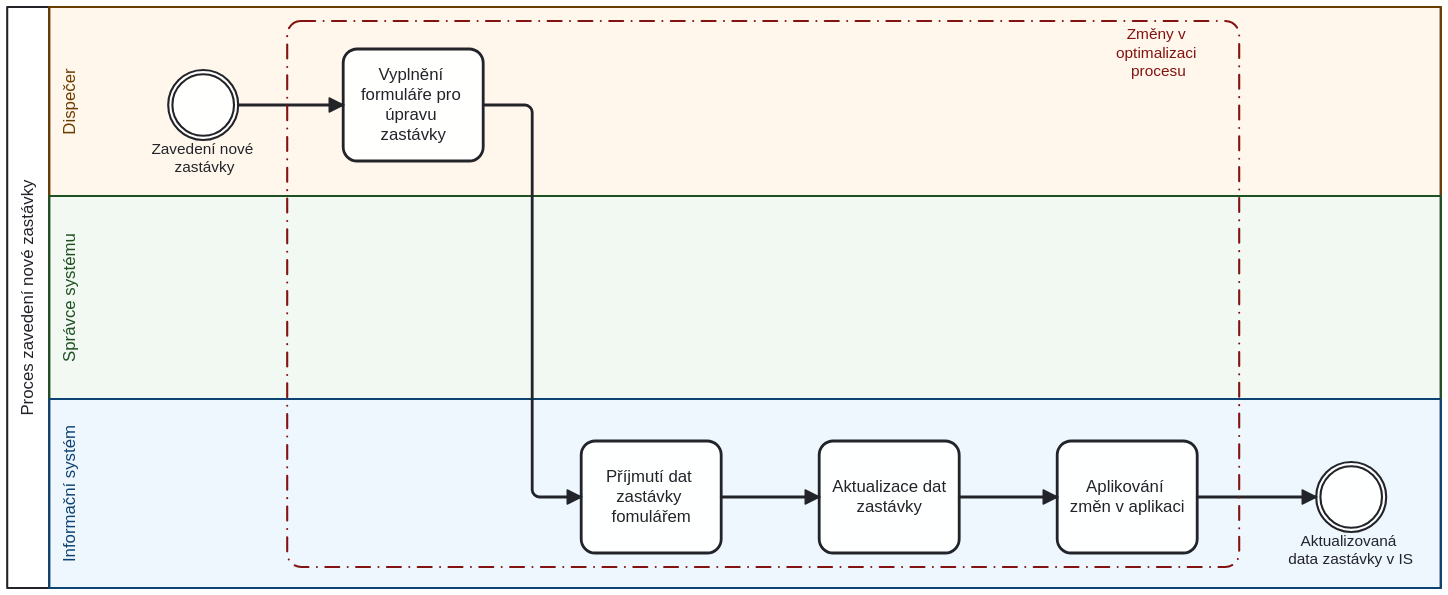
This is images/Pr2_v2 Zavedení nové zastávky.svg from StrangerTwo/bachelor-thesis, a BPMN export, as it was before one commit. Its source is kept beside it as images/Pr2_v2 Zavedení nové zastávky.bpmn. Ids are renumbered. Source of this version:
```xml
<definitions xmlns="http://www.omg.org/spec/BPMN/20100524/MODEL" xmlns:bpmndi="http://www.omg.org/spec/BPMN/20100524/DI" xmlns:di="http://www.omg.org/spec/DD/20100524/DI" xmlns:dc="http://www.omg.org/spec/DD/20100524/DC" xmlns:xsi="http://www.w3.org/2001/XMLSchema-instance" xmlns:bioc="http://bpmn.io/schema/bpmn/biocolor/1.0" xmlns:color="http://www.omg.org/spec/BPMN/non-normative/color/1.0" id="Definitions_Online_Order_Fulfillment" targetNamespace="http://example.com/bpmn" exporter="bpmn-js (https://demo.bpmn.io)" exporterVersion="18.12.0">
  <message id="Message_Online_Order_Fulfillment" name="Online Order Fulfillment" />
  <collaboration id="Collaboration_Online_Order_Fulfillment">
    <participant id="Participant_Proces_aktualizace_dat_j_zdn_ch___d_" name="Proces zavedení nové zastávky" processRef="Process_Proces_aktualizace_dat_j_zdn_ch___d_" />
    <group id="Group_n1" categoryValueRef="CategoryValue_n2" />
  </collaboration>
  <process id="Process_Proces_aktualizace_dat_j_zdn_ch___d_" isExecutable="true">
    <laneSet id="LaneSet_Proces_aktualizace_dat_j_zdn_ch___d_">
      <lane id="Lane_Dopravce" name="Dispečer">
        <flowNodeRef>Zm_na_j_zdn_ho___du</flowNodeRef>
        <flowNodeRef>Activity_n3</flowNodeRef>
      </lane>
      <lane id="Lane_Spr_vce_syst_mu" name="Správce systému" />
      <lane id="Lane_Informa_n__syst_m" name="Informační systém">
        <flowNodeRef>Activity_n4</flowNodeRef>
        <flowNodeRef>Activity_n5</flowNodeRef>
        <flowNodeRef>Activity_n6</flowNodeRef>
        <flowNodeRef>Aktualizovan__data_j_zdn_ch___d__dostupn__v_IS</flowNodeRef>
      </lane>
    </laneSet>
    <sequenceFlow id="Flow_rel-Zm_na_j_zdn_ho___du-Informov_n__spr_vce_syst_mu_o_zm_n__j_zdn_ch___d_-forward" sourceRef="Zm_na_j_zdn_ho___du" targetRef="Activity_n3" />
    <sequenceFlow id="Flow_n7" sourceRef="Activity_n3" targetRef="Activity_n4" />
    <sequenceFlow id="Flow_n8" sourceRef="Activity_n4" targetRef="Activity_n5" />
    <sequenceFlow id="Flow_n9" sourceRef="Activity_n5" targetRef="Activity_n6" />
    <sequenceFlow id="Flow_n10" sourceRef="Activity_n6" targetRef="Aktualizovan__data_j_zdn_ch___d__dostupn__v_IS" />
    <intermediateCatchEvent id="Zm_na_j_zdn_ho___du" name="Zavedení nové zastávky" />
    <task id="Activity_n3" name="Vyplnění formuláře pro úpravu zastávky">
      <incoming>Flow_rel-Zm_na_j_zdn_ho___du-Informov_n__spr_vce_syst_mu_o_zm_n__j_zdn_ch___d_-forward</incoming>
      <outgoing>Flow_n7</outgoing>
    </task>
    <task id="Activity_n4" name="Příjmutí dat zastávky fomulářem">
      <incoming>Flow_n7</incoming>
      <outgoing>Flow_n8</outgoing>
    </task>
    <task id="Activity_n5" name="Aktualizace dat zastávky">
      <incoming>Flow_n8</incoming>
      <outgoing>Flow_n9</outgoing>
    </task>
    <task id="Activity_n6" name="Aplikování změn v aplikaci">
      <incoming>Flow_n9</incoming>
      <outgoing>Flow_n10</outgoing>
    </task>
    <intermediateCatchEvent id="Aktualizovan__data_j_zdn_ch___d__dostupn__v_IS" name="Aktualizovaná data zastávky v IS">
      <incoming>Flow_n10</incoming>
    </intermediateCatchEvent>
  </process>
  <category id="Category_n11">
    <categoryValue id="CategoryValue_n2" value="Změny v optimalizaci procesu" />
  </category>
  <bpmndi:BPMNDiagram id="BPMNDiagram_1">
    <bpmndi:BPMNPlane id="BPMNPlane_1" bpmnElement="Collaboration_Online_Order_Fulfillment">
      <bpmndi:BPMNShape id="Participant_Proces_aktualizace_dat_j_zdn_ch___d__di" bpmnElement="Participant_Proces_aktualizace_dat_j_zdn_ch___d_" isHorizontal="true">
        <dc:Bounds x="130" y="60" width="1024" height="415" />
        <bpmndi:BPMNLabel />
      </bpmndi:BPMNShape>
      <bpmndi:BPMNShape id="LaneShape_Dopravce" bpmnElement="Lane_Dopravce" isHorizontal="true" bioc:stroke="#6b3c00" bioc:fill="#ffe0b2" color:background-color="#ffe0b2" color:border-color="#6b3c00">
        <dc:Bounds x="160" y="60" width="994" height="135" />
        <bpmndi:BPMNLabel />
      </bpmndi:BPMNShape>
      <bpmndi:BPMNShape id="LaneShape_Spr_vce_syst_mu" bpmnElement="Lane_Spr_vce_syst_mu" isHorizontal="true" bioc:stroke="#205022" bioc:fill="#c8e6c9" color:background-color="#c8e6c9" color:border-color="#205022">
        <dc:Bounds x="160" y="195" width="994" height="145" />
      </bpmndi:BPMNShape>
      <bpmndi:BPMNShape id="LaneShape_Informa_n__syst_m" bpmnElement="Lane_Informa_n__syst_m" isHorizontal="true" bioc:stroke="#0d4372" bioc:fill="#bbdefb" color:background-color="#bbdefb" color:border-color="#0d4372">
        <dc:Bounds x="160" y="340" width="994" height="135" />
      </bpmndi:BPMNShape>
      <bpmndi:BPMNShape id="Shape_Zm_na_j_zdn_ho___du" bpmnElement="Zm_na_j_zdn_ho___du">
        <dc:Bounds x="245" y="105" width="50" height="50" />
        <bpmndi:BPMNLabel>
          <dc:Bounds x="233" y="155" width="76" height="27" />
        </bpmndi:BPMNLabel>
      </bpmndi:BPMNShape>
      <bpmndi:BPMNShape id="Activity_n3_di" bpmnElement="Activity_n3">
        <dc:Bounds x="370" y="90" width="100" height="80" />
        <bpmndi:BPMNLabel />
      </bpmndi:BPMNShape>
      <bpmndi:BPMNShape id="Activity_n4_di" bpmnElement="Activity_n4">
        <dc:Bounds x="540" y="370" width="100" height="80" />
        <bpmndi:BPMNLabel />
      </bpmndi:BPMNShape>
      <bpmndi:BPMNShape id="Activity_n5_di" bpmnElement="Activity_n5">
        <dc:Bounds x="710" y="370" width="100" height="80" />
        <bpmndi:BPMNLabel />
      </bpmndi:BPMNShape>
      <bpmndi:BPMNShape id="Activity_n6_di" bpmnElement="Activity_n6">
        <dc:Bounds x="880" y="370" width="100" height="80" />
        <bpmndi:BPMNLabel />
      </bpmndi:BPMNShape>
      <bpmndi:BPMNShape id="Shape_Aktualizovan__data_j_zdn_ch___d__dostupn__v_IS" bpmnElement="Aktualizovan__data_j_zdn_ch___d__dostupn__v_IS">
        <dc:Bounds x="1065" y="385" width="50" height="50" />
        <bpmndi:BPMNLabel>
          <dc:Bounds x="1045" y="435" width="90" height="27" />
        </bpmndi:BPMNLabel>
      </bpmndi:BPMNShape>
      <bpmndi:BPMNEdge id="Edge_Flow_rel-Zm_na_j_zdn_ho___du-Informov_n__spr_vce_syst_mu_o_zm_n__j_zdn_ch___d_-forward" bpmnElement="Flow_rel-Zm_na_j_zdn_ho___du-Informov_n__spr_vce_syst_mu_o_zm_n__j_zdn_ch___d_-forward">
        <di:waypoint x="295" y="130" />
        <di:waypoint x="370" y="130" />
      </bpmndi:BPMNEdge>
      <bpmndi:BPMNEdge id="Flow_n7_di" bpmnElement="Flow_n7">
        <di:waypoint x="470" y="130" />
        <di:waypoint x="505" y="130" />
        <di:waypoint x="505" y="410" />
        <di:waypoint x="540" y="410" />
      </bpmndi:BPMNEdge>
      <bpmndi:BPMNEdge id="Flow_n8_di" bpmnElement="Flow_n8">
        <di:waypoint x="640" y="410" />
        <di:waypoint x="710" y="410" />
      </bpmndi:BPMNEdge>
      <bpmndi:BPMNEdge id="Flow_n9_di" bpmnElement="Flow_n9">
        <di:waypoint x="810" y="410" />
        <di:waypoint x="880" y="410" />
      </bpmndi:BPMNEdge>
      <bpmndi:BPMNEdge id="Flow_n10_di" bpmnElement="Flow_n10">
        <di:waypoint x="980" y="410" />
        <di:waypoint x="1065" y="410" />
      </bpmndi:BPMNEdge>
      <bpmndi:BPMNShape id="Group_n1_di" bpmnElement="Group_n1" bioc:stroke="#831311" bioc:fill="#ffcdd2" color:background-color="#ffcdd2" color:border-color="#831311">
        <dc:Bounds x="330" y="70" width="680" height="390" />
        <bpmndi:BPMNLabel>
          <dc:Bounds x="922" y="73" width="61" height="40" />
        </bpmndi:BPMNLabel>
      </bpmndi:BPMNShape>
    </bpmndi:BPMNPlane>
  </bpmndi:BPMNDiagram>
</definitions>
```
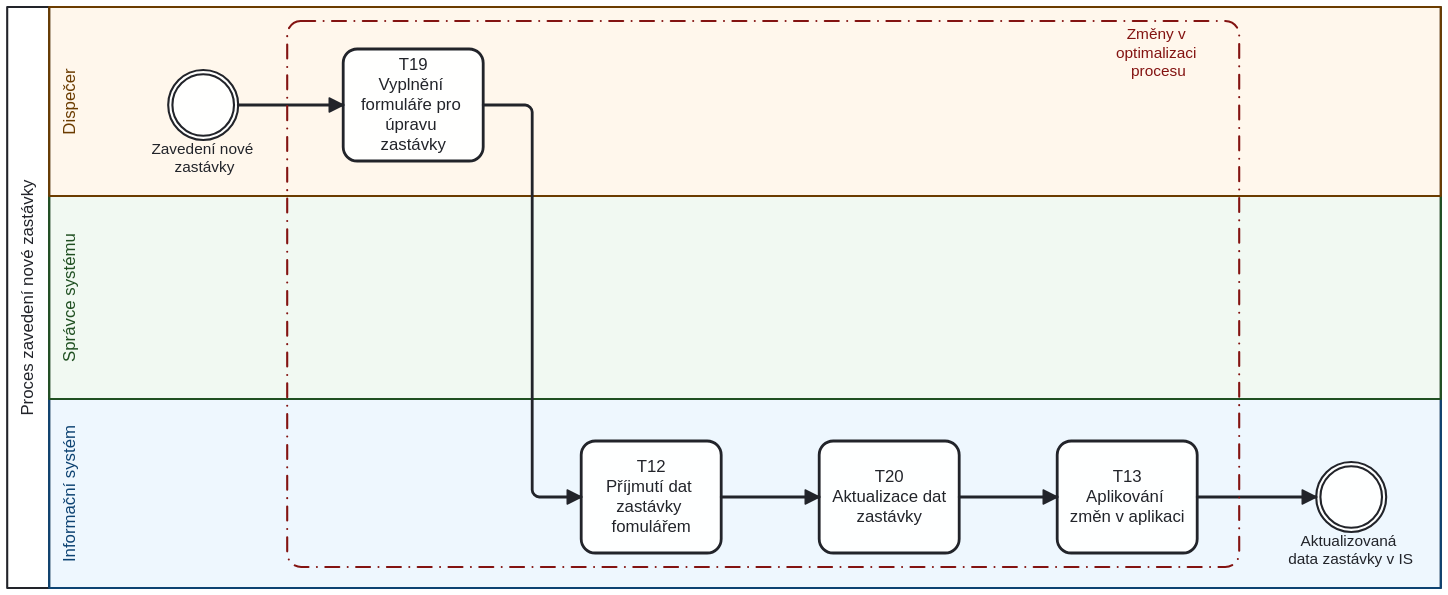
After the change.

Diff of the diagram source:
```diff
@@ -1,4 +1,4 @@
-<definitions xmlns="http://www.omg.org/spec/BPMN/20100524/MODEL" xmlns:bpmndi="http://www.omg.org/spec/BPMN/20100524/DI" xmlns:di="http://www.omg.org/spec/DD/20100524/DI" xmlns:dc="http://www.omg.org/spec/DD/20100524/DC" xmlns:xsi="http://www.w3.org/2001/XMLSchema-instance" xmlns:bioc="http://bpmn.io/schema/bpmn/biocolor/1.0" xmlns:color="http://www.omg.org/spec/BPMN/non-normative/color/1.0" id="Definitions_Online_Order_Fulfillment" targetNamespace="http://example.com/bpmn" exporter="bpmn-js (https://demo.bpmn.io)" exporterVersion="18.12.0">
+<definitions xmlns="http://www.omg.org/spec/BPMN/20100524/MODEL" xmlns:bpmndi="http://www.omg.org/spec/BPMN/20100524/DI" xmlns:di="http://www.omg.org/spec/DD/20100524/DI" xmlns:dc="http://www.omg.org/spec/DD/20100524/DC" xmlns:xsi="http://www.w3.org/2001/XMLSchema-instance" xmlns:bioc="http://bpmn.io/schema/bpmn/biocolor/1.0" xmlns:color="http://www.omg.org/spec/BPMN/non-normative/color/1.0" id="Definitions_Online_Order_Fulfillment" targetNamespace="http://example.com/bpmn" exporter="bpmn-js (https://demo.bpmn.io)" exporterVersion="18.13.1">
   <message id="Message_Online_Order_Fulfillment" name="Online Order Fulfillment" />
   <collaboration id="Collaboration_Online_Order_Fulfillment">
     <participant id="Participant_Proces_aktualizace_dat_j_zdn_ch___d_" name="Proces zavedení nové zastávky" processRef="Process_Proces_aktualizace_dat_j_zdn_ch___d_" />
@@ -24,19 +24,19 @@
     <sequenceFlow id="Flow_n9" sourceRef="Activity_n5" targetRef="Activity_n6" />
     <sequenceFlow id="Flow_n10" sourceRef="Activity_n6" targetRef="Aktualizovan__data_j_zdn_ch___d__dostupn__v_IS" />
     <intermediateCatchEvent id="Zm_na_j_zdn_ho___du" name="Zavedení nové zastávky" />
-    <task id="Activity_n3" name="Vyplnění formuláře pro úpravu zastávky">
+    <task id="Activity_n3" name="T19&#10;Vyplnění formuláře pro úpravu zastávky">
       <incoming>Flow_rel-Zm_na_j_zdn_ho___du-Informov_n__spr_vce_syst_mu_o_zm_n__j_zdn_ch___d_-forward</incoming>
       <outgoing>Flow_n7</outgoing>
     </task>
-    <task id="Activity_n4" name="Příjmutí dat zastávky fomulářem">
+    <task id="Activity_n4" name="T12&#10;Příjmutí dat zastávky fomulářem">
       <incoming>Flow_n7</incoming>
       <outgoing>Flow_n8</outgoing>
     </task>
-    <task id="Activity_n5" name="Aktualizace dat zastávky">
+    <task id="Activity_n5" name="T20&#10;Aktualizace dat zastávky">
       <incoming>Flow_n8</incoming>
       <outgoing>Flow_n9</outgoing>
     </task>
-    <task id="Activity_n6" name="Aplikování změn v aplikaci">
+    <task id="Activity_n6" name="T13&#10;Aplikování změn v aplikaci">
       <incoming>Flow_n9</incoming>
       <outgoing>Flow_n10</outgoing>
     </task>
@@ -53,15 +53,15 @@
         <dc:Bounds x="130" y="60" width="1024" height="415" />
         <bpmndi:BPMNLabel />
       </bpmndi:BPMNShape>
-      <bpmndi:BPMNShape id="LaneShape_Dopravce" bpmnElement="Lane_Dopravce" isHorizontal="true" bioc:stroke="#6b3c00" bioc:fill="#ffe0b2" color:background-color="#ffe0b2" color:border-color="#6b3c00">
-        <dc:Bounds x="160" y="60" width="994" height="135" />
-        <bpmndi:BPMNLabel />
+      <bpmndi:BPMNShape id="LaneShape_Informa_n__syst_m" bpmnElement="Lane_Informa_n__syst_m" isHorizontal="true" bioc:stroke="#0d4372" bioc:fill="#bbdefb" color:background-color="#bbdefb" color:border-color="#0d4372">
+        <dc:Bounds x="160" y="340" width="994" height="135" />
       </bpmndi:BPMNShape>
       <bpmndi:BPMNShape id="LaneShape_Spr_vce_syst_mu" bpmnElement="Lane_Spr_vce_syst_mu" isHorizontal="true" bioc:stroke="#205022" bioc:fill="#c8e6c9" color:background-color="#c8e6c9" color:border-color="#205022">
         <dc:Bounds x="160" y="195" width="994" height="145" />
       </bpmndi:BPMNShape>
-      <bpmndi:BPMNShape id="LaneShape_Informa_n__syst_m" bpmnElement="Lane_Informa_n__syst_m" isHorizontal="true" bioc:stroke="#0d4372" bioc:fill="#bbdefb" color:background-color="#bbdefb" color:border-color="#0d4372">
-        <dc:Bounds x="160" y="340" width="994" height="135" />
+      <bpmndi:BPMNShape id="LaneShape_Dopravce" bpmnElement="Lane_Dopravce" isHorizontal="true" bioc:stroke="#6b3c00" bioc:fill="#ffe0b2" color:background-color="#ffe0b2" color:border-color="#6b3c00">
+        <dc:Bounds x="160" y="60" width="994" height="135" />
+        <bpmndi:BPMNLabel />
       </bpmndi:BPMNShape>
       <bpmndi:BPMNShape id="Shape_Zm_na_j_zdn_ho___du" bpmnElement="Zm_na_j_zdn_ho___du">
         <dc:Bounds x="245" y="105" width="50" height="50" />
```
